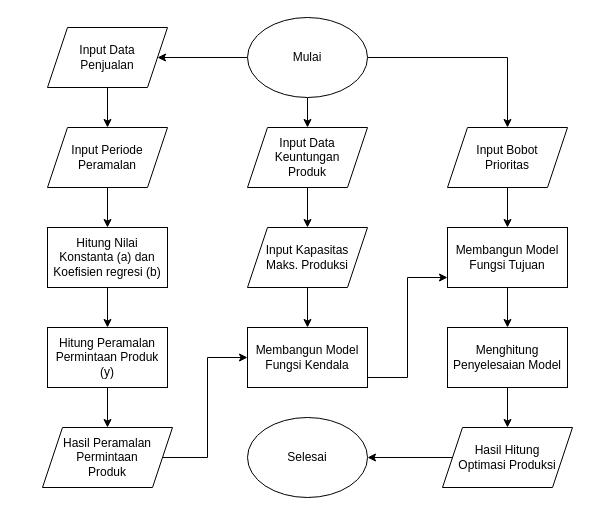
Earlier version of the draw.io diagram Algoritma Proses RTI.drawio (brogangin/brogangin-resolusi). Source tidied: cells renumbered, new cells numbered last; positions are measured from the earlier drawing's top-left corner, leaving out a move shared by most shapes. Both pictures are drawn from the tidied source at 100%, with x=0, y=0 at pixel (42, 17).
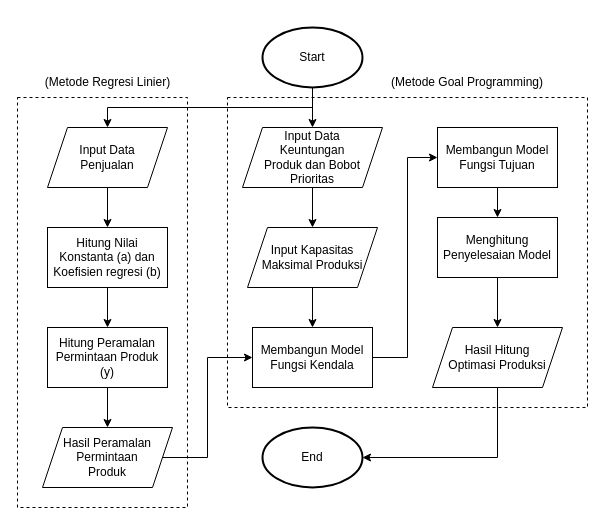
Above is the later version.

Commit message:
Update Algoritma Proses RTI.drawio | Perbaikan Detail

The change refers to these unchanged cells:
```xml
<mxCell id="7" value="Hitung Nilai Konstanta (a) dan Koefisien regresi (b)" style="rounded=0;whiteSpace=wrap;html=1;" parent="1" vertex="1">
  <mxGeometry x="5" y="210" width="120" height="60" as="geometry" />
</mxCell>
```

The edit, as a diff of the source:
```diff
@@
+    <mxCell id="31" style="rounded=0;whiteSpace=wrap;html=1;fillColor=none;dashed=1;" parent="1" vertex="1">
+      <mxGeometry x="185" y="80" width="360" height="310" as="geometry" />
+    </mxCell>
-    <mxCell id="2" style="edgeStyle=orthogonalEdgeStyle;rounded=0;jettySize=auto;html=1;" parent="1" edge="1" source="5" target="11">
+    <mxCell id="2" style="edgeStyle=orthogonalEdgeStyle;rounded=0;jettySize=auto;html=1;" parent="1" edge="1" source="32" target="11">
       <mxGeometry relative="1" as="geometry" />
     </mxCell>
-    <mxCell id="3" style="edgeStyle=orthogonalEdgeStyle;rounded=0;jettySize=auto;html=1;" parent="1" edge="1" source="5" target="9">
-      <mxGeometry relative="1" as="geometry" />
+    <mxCell id="3" style="edgeStyle=orthogonalEdgeStyle;rounded=0;jettySize=auto;html=1;" parent="1" edge="1" source="32" target="9">
+      <mxGeometry relative="1" as="geometry">
+        <Array as="points">
+          <mxPoint x="270" y="90" />
+          <mxPoint x="65" y="90" />
+        </Array>
+      </mxGeometry>
     </mxCell>
-    <mxCell id="4" style="edgeStyle=orthogonalEdgeStyle;rounded=0;jettySize=auto;html=1;" parent="1" edge="1" source="5" target="25">
-      <mxGeometry relative="1" as="geometry" />
-    </mxCell>
-    <mxCell id="5" value="Mulai" style="ellipse;whiteSpace=wrap;html=1;" parent="1" vertex="1">
-      <mxGeometry x="205" width="120" height="80" as="geometry" />
-    </mxCell>
@@
-    <mxCell id="8" style="edgeStyle=orthogonalEdgeStyle;rounded=0;jettySize=auto;html=1;" parent="1" edge="1" source="9" target="13">
+    <mxCell id="8" style="edgeStyle=orthogonalEdgeStyle;rounded=0;jettySize=auto;html=1;" parent="1" edge="1" source="9" target="7">
       <mxGeometry relative="1" as="geometry" />
     </mxCell>
     <mxCell id="9" value="Input Data&lt;div&gt;Penjualan&lt;/div&gt;" style="shape=parallelogram;perimeter=parallelogramPerimeter;whiteSpace=wrap;html=1;fixedSize=1;" parent="1" vertex="1">
-      <mxGeometry x="5" y="10" width="120" height="60" as="geometry" />
+      <mxGeometry x="5" y="110" width="120" height="60" as="geometry" />
     </mxCell>
@@
-    <mxCell id="11" value="Input Data&lt;div&gt;Keuntungan&lt;/div&gt;&lt;div&gt;Produk&lt;/div&gt;" style="shape=parallelogram;perimeter=parallelogramPerimeter;whiteSpace=wrap;html=1;fixedSize=1;" parent="1" vertex="1">
-      <mxGeometry x="205" y="110" width="120" height="60" as="geometry" />
+    <mxCell id="11" value="Input Data&lt;div&gt;Keuntungan&lt;/div&gt;&lt;div&gt;Produk dan Bobot Prioritas&lt;/div&gt;" style="shape=parallelogram;perimeter=parallelogramPerimeter;whiteSpace=wrap;html=1;fixedSize=1;" parent="1" vertex="1">
+      <mxGeometry x="200" y="110" width="140" height="60" as="geometry" />
     </mxCell>
-    <mxCell id="12" style="edgeStyle=orthogonalEdgeStyle;rounded=0;jettySize=auto;html=1;" parent="1" edge="1" source="13" target="7">
-      <mxGeometry relative="1" as="geometry" />
-    </mxCell>
-    <mxCell id="13" value="Input Periode&lt;div&gt;Peramalan&lt;/div&gt;" style="shape=parallelogram;perimeter=parallelogramPerimeter;whiteSpace=wrap;html=1;fixedSize=1;" parent="1" vertex="1">
-      <mxGeometry x="5" y="110" width="120" height="60" as="geometry" />
-    </mxCell>
@@
     <mxCell id="16" style="edgeStyle=orthogonalEdgeStyle;rounded=0;jettySize=auto;html=1;" parent="1" edge="1" source="17" target="23">
       <mxGeometry relative="1" as="geometry">
         <Array as="points">
-          <mxPoint x="365" y="360" />
-          <mxPoint x="365" y="260" />
+          <mxPoint x="365" y="340" />
+          <mxPoint x="365" y="140" />
         </Array>
       </mxGeometry>
     </mxCell>
     <mxCell id="17" value="Membangun Model&lt;div&gt;Fungsi Kendala&lt;/div&gt;" style="rounded=0;whiteSpace=wrap;html=1;" parent="1" vertex="1">
-      <mxGeometry x="205" y="310" width="120" height="60" as="geometry" />
+      <mxGeometry x="210" y="310" width="120" height="60" as="geometry" />
     </mxCell>
@@
-    <mxCell id="19" value="Input Kapasitas Maks. Produksi" style="shape=parallelogram;perimeter=parallelogramPerimeter;whiteSpace=wrap;html=1;fixedSize=1;" parent="1" vertex="1">
-      <mxGeometry x="205" y="210" width="120" height="60" as="geometry" />
+    <mxCell id="19" value="Input Kapasitas Maksimal Produksi" style="shape=parallelogram;perimeter=parallelogramPerimeter;whiteSpace=wrap;html=1;fixedSize=1;" parent="1" vertex="1">
+      <mxGeometry x="205" y="210" width="130" height="60" as="geometry" />
     </mxCell>
@@
     <mxCell id="23" value="Membangun Model&lt;div&gt;Fungsi Tujuan&lt;/div&gt;" style="rounded=0;whiteSpace=wrap;html=1;" parent="1" vertex="1">
-      <mxGeometry x="405" y="210" width="120" height="60" as="geometry" />
+      <mxGeometry x="395" y="110" width="120" height="60" as="geometry" />
     </mxCell>
-    <mxCell id="24" style="edgeStyle=orthogonalEdgeStyle;rounded=0;jettySize=auto;html=1;" parent="1" edge="1" source="25" target="23">
-      <mxGeometry relative="1" as="geometry" />
-    </mxCell>
-    <mxCell id="25" value="Input Bobot&lt;div&gt;Prioritas&lt;/div&gt;" style="shape=parallelogram;perimeter=parallelogramPerimeter;whiteSpace=wrap;html=1;fixedSize=1;" parent="1" vertex="1">
-      <mxGeometry x="405" y="110" width="120" height="60" as="geometry" />
-    </mxCell>
@@
     <mxCell id="27" value="Menghitung Penyelesaian Model" style="rounded=0;whiteSpace=wrap;html=1;" parent="1" vertex="1">
-      <mxGeometry x="405" y="310" width="120" height="60" as="geometry" />
+      <mxGeometry x="395" y="200" width="120" height="60" as="geometry" />
     </mxCell>
-    <mxCell id="28" style="edgeStyle=orthogonalEdgeStyle;rounded=0;jettySize=auto;html=1;" parent="1" edge="1" source="29" target="30">
-      <mxGeometry relative="1" as="geometry" />
+    <mxCell id="28" style="edgeStyle=orthogonalEdgeStyle;rounded=0;jettySize=auto;html=1;" parent="1" edge="1" source="29" target="33">
+      <mxGeometry relative="1" as="geometry">
+        <Array as="points">
+          <mxPoint x="455" y="440" />
+        </Array>
+      </mxGeometry>
     </mxCell>
     <mxCell id="29" value="Hasil Hitung&lt;div&gt;Optimasi Produksi&lt;/div&gt;" style="shape=parallelogram;perimeter=parallelogramPerimeter;whiteSpace=wrap;html=1;fixedSize=1;" parent="1" vertex="1">
-      <mxGeometry x="400" y="410" width="130" height="60" as="geometry" />
+      <mxGeometry x="390" y="310" width="130" height="60" as="geometry" />
     </mxCell>
-    <mxCell id="30" value="Selesai" style="ellipse;whiteSpace=wrap;html=1;" parent="1" vertex="1">
-      <mxGeometry x="205" y="400" width="120" height="80" as="geometry" />
-    </mxCell>
+    <mxCell id="32" value="Start" style="strokeWidth=2;html=1;shape=mxgraph.flowchart.start_1;whiteSpace=wrap;" parent="1" vertex="1">
+      <mxGeometry x="220" y="10" width="100" height="60" as="geometry" />
+    </mxCell>
+    <mxCell id="33" value="End" style="strokeWidth=2;html=1;shape=mxgraph.flowchart.start_1;whiteSpace=wrap;" parent="1" vertex="1">
+      <mxGeometry x="220" y="410" width="100" height="60" as="geometry" />
+    </mxCell>
+    <mxCell id="34" style="rounded=0;whiteSpace=wrap;html=1;fillColor=none;dashed=1;" parent="1" vertex="1">
+      <mxGeometry x="-25" y="80" width="170" height="410" as="geometry" />
+    </mxCell>
+    <mxCell id="35" value="(Metode Regresi Linier)" style="text;html=1;align=center;verticalAlign=middle;whiteSpace=wrap;rounded=0;" parent="1" vertex="1">
+      <mxGeometry x="-2.5" y="50" width="135" height="30" as="geometry" />
+    </mxCell>
+    <mxCell id="36" value="(Metode Goal Programming)" style="text;html=1;align=center;verticalAlign=middle;whiteSpace=wrap;rounded=0;" parent="1" vertex="1">
+      <mxGeometry x="345" y="50" width="160" height="30" as="geometry" />
+    </mxCell>
```
